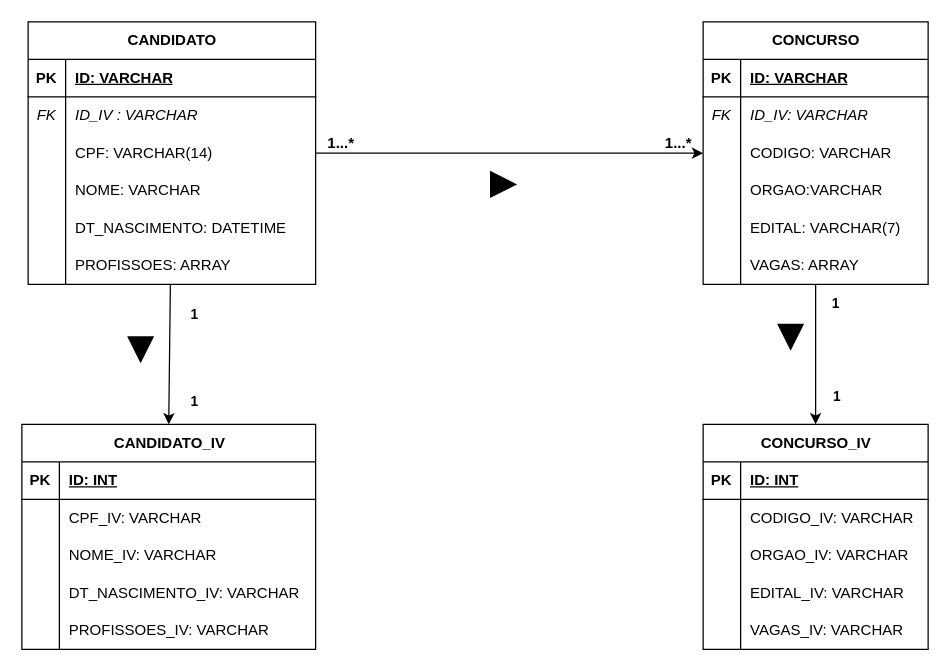
Above: arquitetura.drawio in leds-org/venhaparaoleds-backend (draw.io), before the change. Source tidied: cells renumbered, new cells numbered last; positions are measured from the earlier drawing's top-left corner, leaving out a move shared by most shapes. Both pictures are drawn from the tidied source at 125%, with x=0, y=0 at pixel (21, 21).
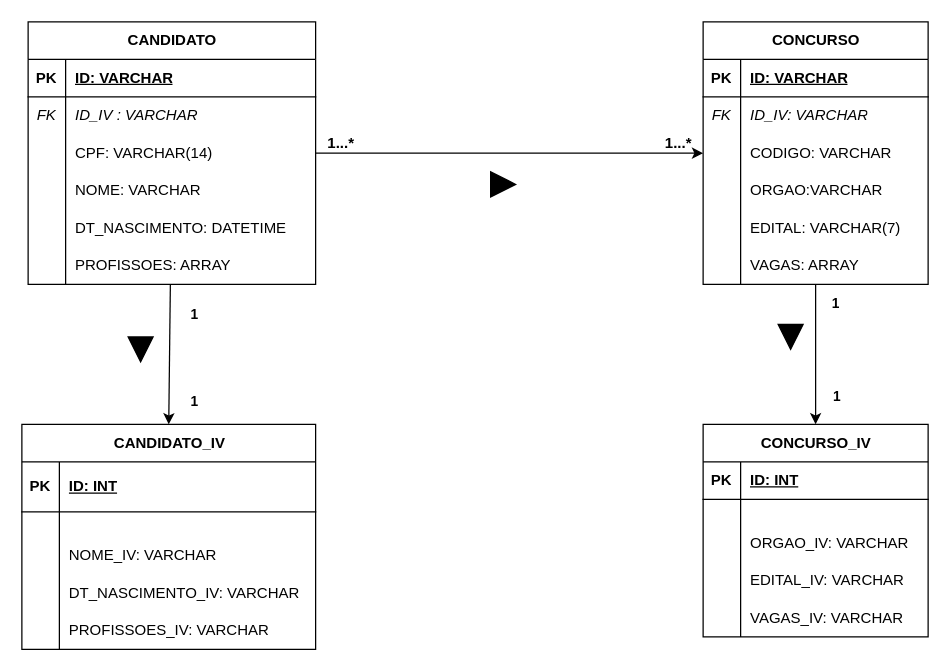
After the change.

Unchanged cells that the change refers to:
```xml
<mxCell id="43" value="CANDIDATO_IV" style="shape=table;startSize=30;childLayout=tableLayout;rowLines=0;fontStyle=1;align=center;html=1;" parent="1" vertex="1">
  <mxGeometry y="322" width="235" height="180" as="geometry" />
</mxCell>
```

The edit, as a diff of the source:
```diff
@@
     <mxCell id="44" style="shape=tableRow;horizontal=0;startSize=0;swimlaneHead=0;swimlaneBody=0;fillColor=none;top=0;left=0;right=0;bottom=1;" parent="43" vertex="1">
-      <mxGeometry y="30" width="235" height="30" as="geometry" />
+      <mxGeometry y="30" width="235" height="40" as="geometry" />
     </mxCell>
     <mxCell id="45" value="PK" style="shape=partialRectangle;fillColor=none;top=0;left=0;bottom=0;right=0;fontStyle=1;overflow=hidden;whiteSpace=wrap;html=1;" parent="44" vertex="1">
-      <mxGeometry width="30" height="30" as="geometry" />
+      <mxGeometry width="30" height="40" as="geometry" />
     </mxCell>
     <mxCell id="46" value="ID: INT" style="shape=partialRectangle;fillColor=none;top=0;left=0;bottom=0;right=0;align=left;spacingLeft=6;fontStyle=5;overflow=hidden;whiteSpace=wrap;html=1;" parent="44" vertex="1">
-      <mxGeometry x="30" width="205" height="30" as="geometry" />
+      <mxGeometry x="30" width="205" height="40" as="geometry" />
     </mxCell>
     <mxCell id="47" style="shape=tableRow;horizontal=0;startSize=0;swimlaneHead=0;swimlaneBody=0;fillColor=none;top=0;left=0;right=0;bottom=0;" parent="43" vertex="1">
-      <mxGeometry y="60" width="235" height="30" as="geometry" />
+      <mxGeometry y="70" width="235" height="20" as="geometry" />
     </mxCell>
     <mxCell id="48" style="shape=partialRectangle;fillColor=none;top=0;left=0;bottom=0;right=0;overflow=hidden;whiteSpace=wrap;html=1;" parent="47" vertex="1">
-      <mxGeometry width="30" height="30" as="geometry" />
+      <mxGeometry width="30" height="20" as="geometry" />
     </mxCell>
-    <mxCell id="49" value="CPF_IV: VARCHAR" style="shape=partialRectangle;fillColor=none;top=0;left=0;bottom=0;right=0;align=left;spacingLeft=6;overflow=hidden;whiteSpace=wrap;html=1;" parent="47" vertex="1">
-      <mxGeometry x="30" width="205" height="30" as="geometry" />
+    <mxCell id="49" style="shape=partialRectangle;fillColor=none;top=0;left=0;bottom=0;right=0;align=left;spacingLeft=6;overflow=hidden;whiteSpace=wrap;html=1;" parent="47" vertex="1">
+      <mxGeometry x="30" width="205" height="20" as="geometry" />
     </mxCell>
@@
     <mxCell id="59" value="CONCURSO_IV" style="shape=table;startSize=30;childLayout=tableLayout;rowLines=0;fontStyle=1;align=center;html=1;" parent="1" vertex="1">
-      <mxGeometry x="545" y="322" width="180" height="180" as="geometry" />
+      <mxGeometry x="545" y="322" width="180" height="170" as="geometry" />
     </mxCell>
@@
     <mxCell id="63" style="shape=tableRow;horizontal=0;startSize=0;swimlaneHead=0;swimlaneBody=0;fillColor=none;top=0;left=0;right=0;bottom=0;" parent="59" vertex="1">
-      <mxGeometry y="60" width="180" height="30" as="geometry" />
+      <mxGeometry y="60" width="180" height="20" as="geometry" />
     </mxCell>
     <mxCell id="64" style="shape=partialRectangle;fillColor=none;top=0;left=0;bottom=0;right=0;overflow=hidden;whiteSpace=wrap;html=1;" parent="63" vertex="1">
-      <mxGeometry width="30" height="30" as="geometry" />
+      <mxGeometry width="30" height="20" as="geometry" />
     </mxCell>
-    <mxCell id="65" value="CODIGO_IV: VARCHAR" style="shape=partialRectangle;fillColor=none;top=0;left=0;bottom=0;right=0;align=left;spacingLeft=6;overflow=hidden;whiteSpace=wrap;html=1;" parent="63" vertex="1">
-      <mxGeometry x="30" width="150" height="30" as="geometry" />
+    <mxCell id="65" style="shape=partialRectangle;fillColor=none;top=0;left=0;bottom=0;right=0;align=left;spacingLeft=6;overflow=hidden;whiteSpace=wrap;html=1;" parent="63" vertex="1">
+      <mxGeometry x="30" width="150" height="20" as="geometry" />
     </mxCell>
     <mxCell id="66" style="shape=tableRow;horizontal=0;startSize=0;swimlaneHead=0;swimlaneBody=0;fillColor=none;top=0;left=0;right=0;bottom=0;" parent="59" vertex="1">
-      <mxGeometry y="90" width="180" height="30" as="geometry" />
+      <mxGeometry y="80" width="180" height="30" as="geometry" />
     </mxCell>
@@
     <mxCell id="69" style="shape=tableRow;horizontal=0;startSize=0;swimlaneHead=0;swimlaneBody=0;fillColor=none;top=0;left=0;right=0;bottom=0;" parent="59" vertex="1">
-      <mxGeometry y="120" width="180" height="30" as="geometry" />
+      <mxGeometry y="110" width="180" height="30" as="geometry" />
     </mxCell>
@@
     <mxCell id="72" style="shape=tableRow;horizontal=0;startSize=0;swimlaneHead=0;swimlaneBody=0;fillColor=none;top=0;left=0;right=0;bottom=0;" parent="59" vertex="1">
-      <mxGeometry y="150" width="180" height="30" as="geometry" />
+      <mxGeometry y="140" width="180" height="30" as="geometry" />
     </mxCell>
```
